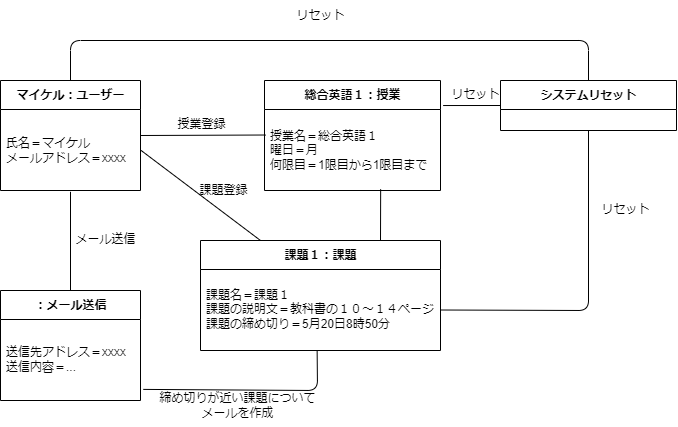
The draw.io diagram 構造図/オブジェクト図/オブジェクト図.drawio.png in masaki1234567/psp4, before a commit. Source tidied: cells renumbered, new cells last; positions are measured from the earlier drawing's top-left corner, leaving out a move shared by most shapes.
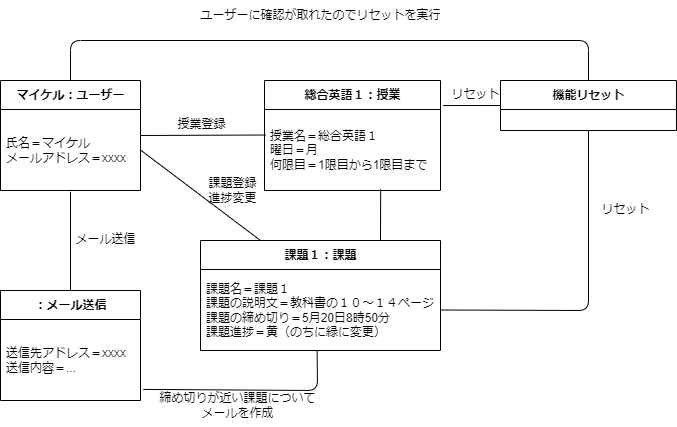
After the commit.

Change to the diagram source:
```diff
@@ -31,7 +31,7 @@
     <mxCell id="9" value="課題１：課題" style="swimlane;fontStyle=1;align=center;verticalAlign=middle;horizontal=1;startSize=29;html=1;" parent="1" vertex="1">
       <mxGeometry x="200" y="240" width="240" height="110" as="geometry" />
     </mxCell>
-    <mxCell id="10" value="課題名＝課題１&lt;br&gt;課題の説明文＝教科書の１０～１４ページ&lt;br&gt;課題の締め切り＝5月20日8時50分" style="text;html=1;strokeColor=none;fillColor=none;align=left;verticalAlign=middle;spacingLeft=4;spacingRight=4;overflow=hidden;points=[[0,0.5],[1,0.5]];portConstraint=eastwest;" parent="9" vertex="1">
+    <mxCell id="10" value="課題名＝課題１&lt;br&gt;課題の説明文＝教科書の１０～１４ページ&lt;br&gt;課題の締め切り＝5月20日8時50分&lt;br&gt;課題進捗＝黄（のちに緑に変更）" style="text;html=1;strokeColor=none;fillColor=none;align=left;verticalAlign=middle;spacingLeft=4;spacingRight=4;overflow=hidden;points=[[0,0.5],[1,0.5]];portConstraint=eastwest;" parent="9" vertex="1">
       <mxGeometry y="29" width="240" height="81" as="geometry" />
     </mxCell>
     <mxCell id="11" style="edgeStyle=none;html=1;exitX=1;exitY=0.5;exitDx=0;exitDy=0;entryX=0.25;entryY=0;entryDx=0;entryDy=0;endArrow=none;endFill=0;" parent="1" edge="1" source="5" target="9">
@@ -49,8 +49,8 @@
     <mxCell id="15" value="授業登録" style="text;html=1;align=center;verticalAlign=middle;strokeColor=none;fillColor=none;" parent="1" vertex="1">
       <mxGeometry x="166" y="109" width="70" height="30" as="geometry" />
     </mxCell>
-    <mxCell id="16" value="課題登録" style="text;html=1;align=center;verticalAlign=middle;strokeColor=none;fillColor=none;" parent="1" vertex="1">
-      <mxGeometry x="188" y="175" width="70" height="30" as="geometry" />
+    <mxCell id="16" value="課題登録&lt;br&gt;進捗変更" style="text;html=1;align=center;verticalAlign=middle;strokeColor=none;fillColor=none;" parent="1" vertex="1">
+      <mxGeometry x="197" y="170" width="70" height="40" as="geometry" />
     </mxCell>
     <mxCell id="17" value="メール送信" style="text;html=1;align=center;verticalAlign=middle;strokeColor=none;fillColor=none;" parent="1" vertex="1">
       <mxGeometry x="65" y="224" width="80" height="30" as="geometry" />
@@ -65,7 +65,7 @@
         </Array>
       </mxGeometry>
     </mxCell>
-    <mxCell id="20" value="システムリセット" style="swimlane;fontStyle=1;align=center;verticalAlign=middle;horizontal=1;startSize=29;html=1;" parent="1" vertex="1">
+    <mxCell id="20" value="機能リセット" style="swimlane;fontStyle=1;align=center;verticalAlign=middle;horizontal=1;startSize=29;html=1;" parent="1" vertex="1">
       <mxGeometry x="500" y="80" width="176" height="50" as="geometry" />
     </mxCell>
     <mxCell id="21" value="リセット" style="text;html=1;align=center;verticalAlign=middle;strokeColor=none;fillColor=none;" parent="1" vertex="1">
@@ -74,8 +74,8 @@
     <mxCell id="22" value="リセット" style="text;html=1;align=center;verticalAlign=middle;strokeColor=none;fillColor=none;" parent="1" vertex="1">
       <mxGeometry x="440" y="79" width="70" height="30" as="geometry" />
     </mxCell>
-    <mxCell id="23" value="リセット" style="text;html=1;align=center;verticalAlign=middle;strokeColor=none;fillColor=none;" parent="1" vertex="1">
-      <mxGeometry x="285" width="70" height="30" as="geometry" />
+    <mxCell id="23" value="ユーザーに確認が取れたのでリセットを実行" style="text;html=1;align=center;verticalAlign=middle;strokeColor=none;fillColor=none;" parent="1" vertex="1">
+      <mxGeometry x="190" width="260" height="30" as="geometry" />
     </mxCell>
     <mxCell id="24" style="edgeStyle=none;html=1;exitX=1.02;exitY=0.863;exitDx=0;exitDy=0;entryX=0.486;entryY=1.009;entryDx=0;entryDy=0;endArrow=none;endFill=0;entryPerimeter=0;exitPerimeter=0;" parent="1" edge="1" source="14" target="10">
       <mxGeometry relative="1" as="geometry">
```
